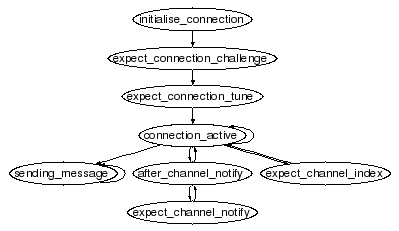
The Graphviz diagram doc/amq_aclient_agent.png in imatix/openamq, before a commit. Its source is kept beside it as doc/amq_aclient_agent.dot.
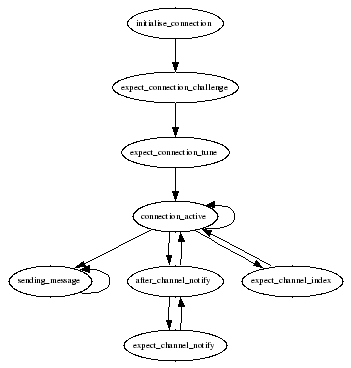
After the change.

Commit message:
Homogenized font size

Diff of the diagram source:
```diff
@@ -1,6 +1,6 @@
-digraph {
-    size = "4,8";
-    node [fontname=Helvetica, fontsize=30];
+digraph AClientAgent {
+    size = "3.5,8";
+    node [fontsize=10];
     subgraph client {
         initialise_connection -> expect_connection_challenge;
         expect_connection_challenge -> expect_connection_tune;
```
